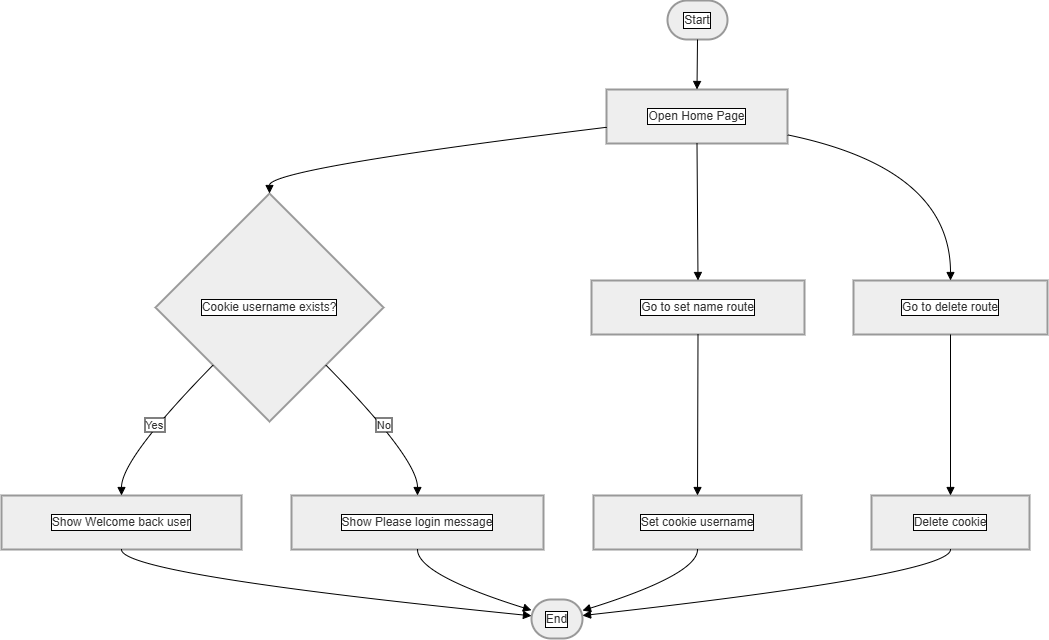
Sundhari-Hanish/Flask_Framework keeps this draw.io diagram as Cookies_activities/cookies.drawio.png. Above is the earlier version. Source tidied: cells renumbered, new cells last; positions are measured from the earlier drawing's top-left corner, leaving out a move shared by most shapes.
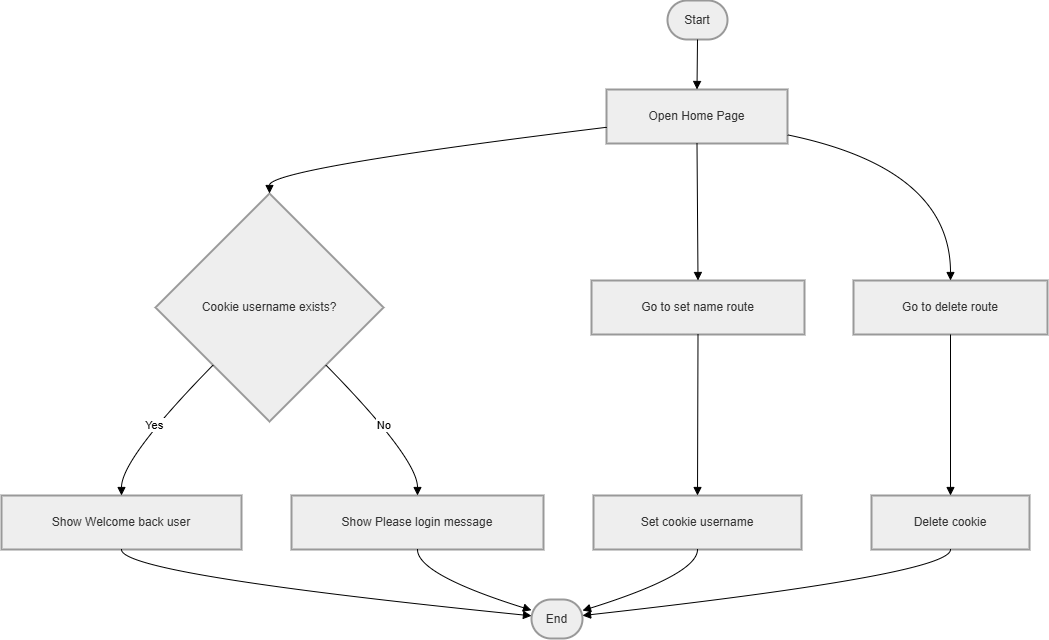
The same file after the commit.

Change to the diagram source:
```diff
@@ -2,98 +2,98 @@
   <root>
     <mxCell id="0" />
     <mxCell id="1" parent="0" />
-    <mxCell id="2" value="Start" style="rounded=1;whiteSpace=wrap;arcSize=50;strokeWidth=2;fillColor=light-dark(#eeeeee,#1f2020);strokeColor=light-dark(#999999,#cccccc);fontColor=light-dark(#333333,#FFFFFF);labelBackgroundColor=default;labelBorderColor=default;" parent="1" vertex="1">
+    <mxCell id="2" value="Start" style="rounded=1;whiteSpace=wrap;arcSize=50;strokeWidth=2;fillColor=light-dark(#eeeeee,#1f2020);strokeColor=light-dark(#999999,#cccccc);fontColor=light-dark(#333333,#cccccc);" parent="1" vertex="1">
       <mxGeometry x="666" width="60" height="39" as="geometry" />
     </mxCell>
-    <mxCell id="3" value="Open Home Page" style="whiteSpace=wrap;strokeWidth=2;fillColor=light-dark(#eeeeee,#1f2020);strokeColor=light-dark(#999999,#cccccc);fontColor=light-dark(#333333,#FFFFFF);labelBackgroundColor=default;labelBorderColor=default;" parent="1" vertex="1">
+    <mxCell id="3" value="Open Home Page" style="whiteSpace=wrap;strokeWidth=2;fillColor=light-dark(#eeeeee,#1f2020);strokeColor=light-dark(#999999,#cccccc);fontColor=light-dark(#333333,#cccccc);" parent="1" vertex="1">
       <mxGeometry x="605" y="89" width="181" height="54" as="geometry" />
     </mxCell>
-    <mxCell id="4" value="Cookie username exists?" style="rhombus;strokeWidth=2;whiteSpace=wrap;fillColor=light-dark(#eeeeee,#1f2020);strokeColor=light-dark(#999999,#cccccc);fontColor=light-dark(#333333,#FFFFFF);labelBackgroundColor=default;labelBorderColor=default;" parent="1" vertex="1">
+    <mxCell id="4" value="Cookie username exists?" style="rhombus;strokeWidth=2;whiteSpace=wrap;fillColor=light-dark(#eeeeee,#1f2020);strokeColor=light-dark(#999999,#cccccc);fontColor=light-dark(#333333,#cccccc);" parent="1" vertex="1">
       <mxGeometry x="154" y="193" width="228" height="228" as="geometry" />
     </mxCell>
-    <mxCell id="5" value="Show Welcome back user" style="whiteSpace=wrap;strokeWidth=2;fillColor=light-dark(#eeeeee,#1f2020);strokeColor=light-dark(#999999,#cccccc);fontColor=light-dark(#333333,#FFFFFF);labelBackgroundColor=default;labelBorderColor=default;" parent="1" vertex="1">
+    <mxCell id="5" value="Show Welcome back user" style="whiteSpace=wrap;strokeWidth=2;fillColor=light-dark(#eeeeee,#1f2020);strokeColor=light-dark(#999999,#cccccc);fontColor=light-dark(#333333,#cccccc);" parent="1" vertex="1">
       <mxGeometry y="495" width="240" height="54" as="geometry" />
     </mxCell>
-    <mxCell id="6" value="Show Please login message" style="whiteSpace=wrap;strokeWidth=2;fillColor=light-dark(#eeeeee,#1f2020);strokeColor=light-dark(#999999,#cccccc);fontColor=light-dark(#333333,#FFFFFF);labelBackgroundColor=default;labelBorderColor=default;" parent="1" vertex="1">
+    <mxCell id="6" value="Show Please login message" style="whiteSpace=wrap;strokeWidth=2;fillColor=light-dark(#eeeeee,#1f2020);strokeColor=light-dark(#999999,#cccccc);fontColor=light-dark(#333333,#cccccc);" parent="1" vertex="1">
       <mxGeometry x="290" y="495" width="252" height="54" as="geometry" />
     </mxCell>
-    <mxCell id="7" value="Go to set name route" style="whiteSpace=wrap;strokeWidth=2;fillColor=light-dark(#eeeeee,#1f2020);strokeColor=light-dark(#999999,#cccccc);fontColor=light-dark(#333333,#FFFFFF);labelBackgroundColor=default;labelBorderColor=default;" parent="1" vertex="1">
+    <mxCell id="7" value="Go to set name route" style="whiteSpace=wrap;strokeWidth=2;fillColor=light-dark(#eeeeee,#1f2020);strokeColor=light-dark(#999999,#cccccc);fontColor=light-dark(#333333,#cccccc);" parent="1" vertex="1">
       <mxGeometry x="590" y="280" width="213" height="54" as="geometry" />
     </mxCell>
-    <mxCell id="8" value="Set cookie username" style="whiteSpace=wrap;strokeWidth=2;fillColor=light-dark(#eeeeee,#1f2020);strokeColor=light-dark(#999999,#cccccc);fontColor=light-dark(#333333,#FFFFFF);labelBackgroundColor=default;labelBorderColor=default;" parent="1" vertex="1">
+    <mxCell id="8" value="Set cookie username" style="whiteSpace=wrap;strokeWidth=2;fillColor=light-dark(#eeeeee,#1f2020);strokeColor=light-dark(#999999,#cccccc);fontColor=light-dark(#333333,#cccccc);" parent="1" vertex="1">
       <mxGeometry x="592" y="495" width="208" height="54" as="geometry" />
     </mxCell>
-    <mxCell id="9" value="Go to delete route" style="whiteSpace=wrap;strokeWidth=2;fillColor=light-dark(#eeeeee,#1f2020);strokeColor=light-dark(#999999,#cccccc);fontColor=light-dark(#333333,#FFFFFF);labelBackgroundColor=default;labelBorderColor=default;" parent="1" vertex="1">
+    <mxCell id="9" value="Go to delete route" style="whiteSpace=wrap;strokeWidth=2;fillColor=light-dark(#eeeeee,#1f2020);strokeColor=light-dark(#999999,#cccccc);fontColor=light-dark(#333333,#cccccc);" parent="1" vertex="1">
       <mxGeometry x="852" y="280" width="194" height="54" as="geometry" />
     </mxCell>
-    <mxCell id="10" value="Delete cookie" style="whiteSpace=wrap;strokeWidth=2;fillColor=light-dark(#eeeeee,#1f2020);strokeColor=light-dark(#999999,#cccccc);fontColor=light-dark(#333333,#FFFFFF);labelBackgroundColor=default;labelBorderColor=default;" parent="1" vertex="1">
+    <mxCell id="10" value="Delete cookie" style="whiteSpace=wrap;strokeWidth=2;fillColor=light-dark(#eeeeee,#1f2020);strokeColor=light-dark(#999999,#cccccc);fontColor=light-dark(#333333,#cccccc);" parent="1" vertex="1">
       <mxGeometry x="870" y="495" width="158" height="54" as="geometry" />
     </mxCell>
-    <mxCell id="11" value="End" style="rounded=1;whiteSpace=wrap;arcSize=50;strokeWidth=2;fillColor=light-dark(#eeeeee,#1f2020);strokeColor=light-dark(#999999,#cccccc);fontColor=light-dark(#333333,#FFFFFF);labelBackgroundColor=default;labelBorderColor=default;" parent="1" vertex="1">
+    <mxCell id="11" value="End" style="rounded=1;whiteSpace=wrap;arcSize=50;strokeWidth=2;fillColor=light-dark(#eeeeee,#1f2020);strokeColor=light-dark(#999999,#cccccc);fontColor=light-dark(#333333,#cccccc);" parent="1" vertex="1">
       <mxGeometry x="530" y="599" width="51" height="39" as="geometry" />
     </mxCell>
-    <mxCell id="12" style="curved=1;startArrow=none;endArrow=block;exitX=0.5;exitY=1;entryX=0.5;entryY=0;rounded=0;labelBackgroundColor=default;labelBorderColor=default;fontColor=light-dark(#333333,#FFFFFF);" parent="1" edge="1" source="2" target="3">
+    <mxCell id="12" style="curved=1;startArrow=none;endArrow=block;exitX=0.5;exitY=1;entryX=0.5;entryY=0;rounded=0;" parent="1" edge="1" source="2" target="3">
       <mxGeometry relative="1" as="geometry" />
     </mxCell>
-    <mxCell id="13" style="curved=1;startArrow=none;endArrow=block;exitX=0;exitY=0.7;entryX=0.5;entryY=0;rounded=0;labelBackgroundColor=default;labelBorderColor=default;fontColor=light-dark(#333333,#FFFFFF);" parent="1" edge="1" source="3" target="4">
+    <mxCell id="13" style="curved=1;startArrow=none;endArrow=block;exitX=0;exitY=0.7;entryX=0.5;entryY=0;rounded=0;" parent="1" edge="1" source="3" target="4">
       <mxGeometry relative="1" as="geometry">
         <Array as="points">
           <mxPoint x="268" y="168" />
         </Array>
       </mxGeometry>
     </mxCell>
-    <mxCell id="14" value="Yes" style="curved=1;startArrow=none;endArrow=block;exitX=0.01;exitY=1;entryX=0.5;entryY=-0.01;rounded=0;labelBackgroundColor=default;labelBorderColor=default;fontColor=light-dark(#333333,#FFFFFF);" parent="1" edge="1" source="4" target="5">
+    <mxCell id="14" value="Yes" style="curved=1;startArrow=none;endArrow=block;exitX=0.01;exitY=1;entryX=0.5;entryY=-0.01;rounded=0;" parent="1" edge="1" source="4" target="5">
       <mxGeometry relative="1" as="geometry">
         <Array as="points">
           <mxPoint x="120" y="458" />
         </Array>
       </mxGeometry>
     </mxCell>
-    <mxCell id="15" style="curved=1;startArrow=none;endArrow=block;exitX=0.5;exitY=0.99;entryX=0.01;entryY=0.42;rounded=0;labelBackgroundColor=default;labelBorderColor=default;fontColor=light-dark(#333333,#FFFFFF);" parent="1" edge="1" source="5" target="11">
+    <mxCell id="15" style="curved=1;startArrow=none;endArrow=block;exitX=0.5;exitY=0.99;entryX=0.01;entryY=0.42;rounded=0;" parent="1" edge="1" source="5" target="11">
       <mxGeometry relative="1" as="geometry">
         <Array as="points">
           <mxPoint x="120" y="574" />
         </Array>
       </mxGeometry>
     </mxCell>
-    <mxCell id="16" value="No" style="curved=1;startArrow=none;endArrow=block;exitX=0.99;exitY=1;entryX=0.5;entryY=-0.01;rounded=0;labelBackgroundColor=default;labelBorderColor=default;fontColor=light-dark(#333333,#FFFFFF);" parent="1" edge="1" source="4" target="6">
+    <mxCell id="16" value="No" style="curved=1;startArrow=none;endArrow=block;exitX=0.99;exitY=1;entryX=0.5;entryY=-0.01;rounded=0;" parent="1" edge="1" source="4" target="6">
       <mxGeometry relative="1" as="geometry">
         <Array as="points">
           <mxPoint x="416" y="458" />
         </Array>
       </mxGeometry>
     </mxCell>
-    <mxCell id="17" style="curved=1;startArrow=none;endArrow=block;exitX=0.5;exitY=0.99;entryX=0.01;entryY=0.28;rounded=0;labelBackgroundColor=default;labelBorderColor=default;fontColor=light-dark(#333333,#FFFFFF);" parent="1" edge="1" source="6" target="11">
+    <mxCell id="17" style="curved=1;startArrow=none;endArrow=block;exitX=0.5;exitY=0.99;entryX=0.01;entryY=0.28;rounded=0;" parent="1" edge="1" source="6" target="11">
       <mxGeometry relative="1" as="geometry">
         <Array as="points">
           <mxPoint x="416" y="574" />
         </Array>
       </mxGeometry>
     </mxCell>
-    <mxCell id="18" style="curved=1;startArrow=none;endArrow=block;exitX=0.5;exitY=1;entryX=0.5;entryY=0;rounded=0;labelBackgroundColor=default;labelBorderColor=default;fontColor=light-dark(#333333,#FFFFFF);" parent="1" edge="1" source="3" target="7">
+    <mxCell id="18" style="curved=1;startArrow=none;endArrow=block;exitX=0.5;exitY=1;entryX=0.5;entryY=0;rounded=0;" parent="1" edge="1" source="3" target="7">
       <mxGeometry relative="1" as="geometry" />
     </mxCell>
-    <mxCell id="19" style="curved=1;startArrow=none;endArrow=block;exitX=0.5;exitY=1;entryX=0.5;entryY=-0.01;rounded=0;labelBackgroundColor=default;labelBorderColor=default;fontColor=light-dark(#333333,#FFFFFF);" parent="1" edge="1" source="7" target="8">
+    <mxCell id="19" style="curved=1;startArrow=none;endArrow=block;exitX=0.5;exitY=1;entryX=0.5;entryY=-0.01;rounded=0;" parent="1" edge="1" source="7" target="8">
       <mxGeometry relative="1" as="geometry" />
     </mxCell>
-    <mxCell id="20" style="curved=1;startArrow=none;endArrow=block;exitX=0.5;exitY=0.99;entryX=1.01;entryY=0.28;rounded=0;labelBackgroundColor=default;labelBorderColor=default;fontColor=light-dark(#333333,#FFFFFF);" parent="1" edge="1" source="8" target="11">
+    <mxCell id="20" style="curved=1;startArrow=none;endArrow=block;exitX=0.5;exitY=0.99;entryX=1.01;entryY=0.28;rounded=0;" parent="1" edge="1" source="8" target="11">
       <mxGeometry relative="1" as="geometry">
         <Array as="points">
           <mxPoint x="696" y="574" />
         </Array>
       </mxGeometry>
     </mxCell>
-    <mxCell id="21" style="curved=1;startArrow=none;endArrow=block;exitX=1;exitY=0.84;entryX=0.5;entryY=0;rounded=0;labelBackgroundColor=default;labelBorderColor=default;fontColor=light-dark(#333333,#FFFFFF);" parent="1" edge="1" source="3" target="9">
+    <mxCell id="21" style="curved=1;startArrow=none;endArrow=block;exitX=1;exitY=0.84;entryX=0.5;entryY=0;rounded=0;" parent="1" edge="1" source="3" target="9">
       <mxGeometry relative="1" as="geometry">
         <Array as="points">
           <mxPoint x="949" y="168" />
         </Array>
       </mxGeometry>
     </mxCell>
-    <mxCell id="22" style="curved=1;startArrow=none;endArrow=block;exitX=0.5;exitY=1;entryX=0.5;entryY=-0.01;rounded=0;labelBackgroundColor=default;labelBorderColor=default;fontColor=light-dark(#333333,#FFFFFF);" parent="1" edge="1" source="9" target="10">
+    <mxCell id="22" style="curved=1;startArrow=none;endArrow=block;exitX=0.5;exitY=1;entryX=0.5;entryY=-0.01;rounded=0;" parent="1" edge="1" source="9" target="10">
       <mxGeometry relative="1" as="geometry" />
     </mxCell>
-    <mxCell id="23" style="curved=1;startArrow=none;endArrow=block;exitX=0.5;exitY=0.99;entryX=1.01;entryY=0.41;rounded=0;labelBackgroundColor=default;labelBorderColor=default;fontColor=light-dark(#333333,#FFFFFF);" parent="1" edge="1" source="10" target="11">
+    <mxCell id="23" style="curved=1;startArrow=none;endArrow=block;exitX=0.5;exitY=0.99;entryX=1.01;entryY=0.41;rounded=0;" parent="1" edge="1" source="10" target="11">
       <mxGeometry relative="1" as="geometry">
         <Array as="points">
           <mxPoint x="949" y="574" />
```
